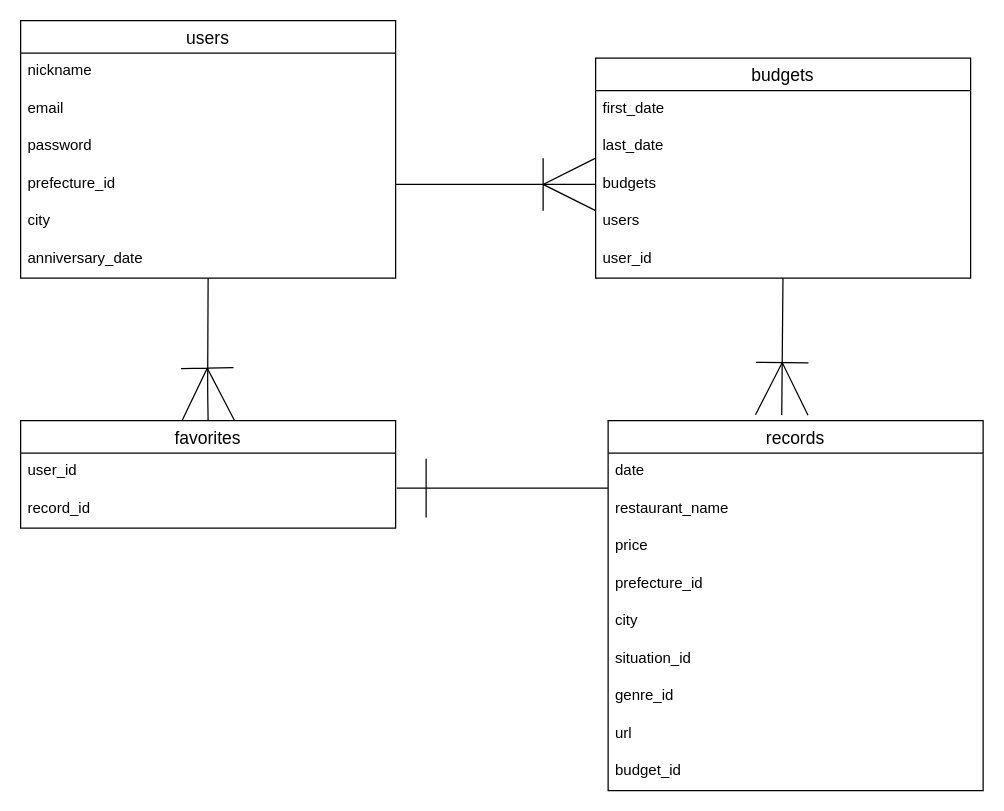
Earlier version of the draw.io diagram oriapp.dio (mayaaki/oriapp-eatout). Source tidied: cells renumbered, new cells numbered last; positions are measured from the earlier drawing's top-left corner, leaving out a move shared by most shapes. Both pictures are drawn from the tidied source at 125%, with x=0, y=0 at pixel (20, 20).
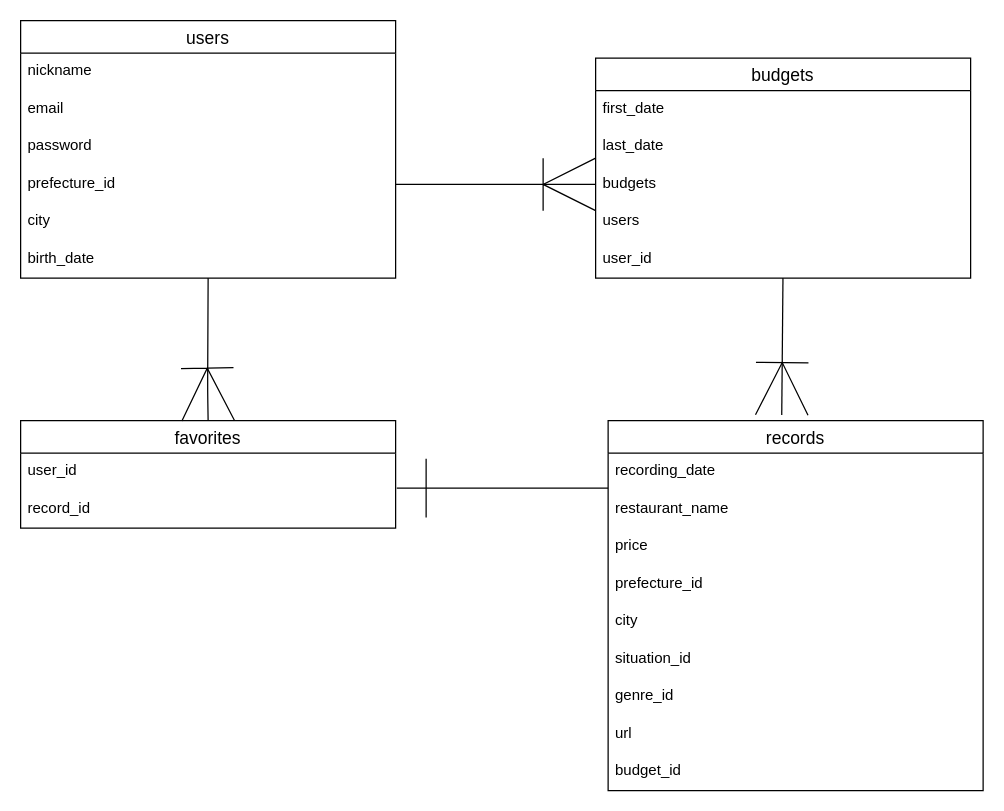
The same page after the edit.

The change refers to these unchanged cells:
```xml
<mxCell id="2" value="users" style="swimlane;fontStyle=0;horizontal=1;startSize=26;align=center;fontSize=14;" parent="1" vertex="1">
  <mxGeometry width="300" height="206" as="geometry" />
</mxCell>
<mxCell id="16" value="records" style="swimlane;fontStyle=0;horizontal=1;startSize=26;align=center;fontSize=14;" parent="1" vertex="1">
  <mxGeometry x="470" y="320" width="300" height="296" as="geometry" />
</mxCell>
```

What changed in the source:
```diff
@@
-    <mxCell id="8" value="anniversary_date" style="text;strokeColor=none;fillColor=none;spacingLeft=4;spacingRight=4;overflow=hidden;fontSize=12;" parent="2" vertex="1">
+    <mxCell id="8" value="birth_date" style="text;strokeColor=none;fillColor=none;spacingLeft=4;spacingRight=4;overflow=hidden;fontSize=12;" parent="2" vertex="1">
       <mxGeometry y="176" width="300" height="30" as="geometry" />
     </mxCell>
@@
-    <mxCell id="17" value="date" style="text;strokeColor=none;fillColor=none;spacingLeft=4;spacingRight=4;overflow=hidden;fontSize=12;" parent="16" vertex="1">
+    <mxCell id="17" value="recording_date" style="text;strokeColor=none;fillColor=none;spacingLeft=4;spacingRight=4;overflow=hidden;fontSize=12;" parent="16" vertex="1">
       <mxGeometry y="26" width="300" height="30" as="geometry" />
     </mxCell>
```
